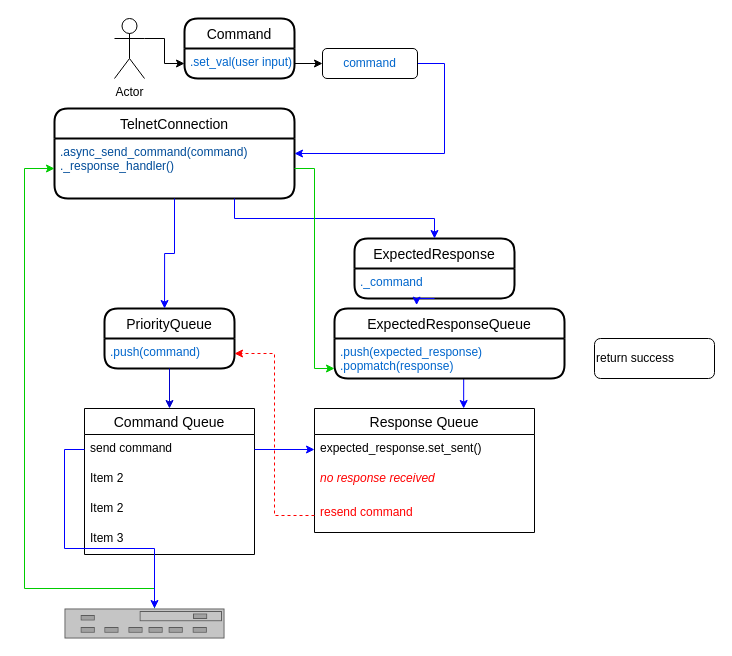
The draw.io diagram Untitled Diagram.drawio in JPHutchins/pyavreceiver, before the edit. Source tidied: cells renumbered, new cells numbered last; positions are measured from the earlier drawing's top-left corner, leaving out a move shared by most shapes. Both pictures are drawn from the tidied source at 100%, with x=0, y=0 at pixel (24, 18).
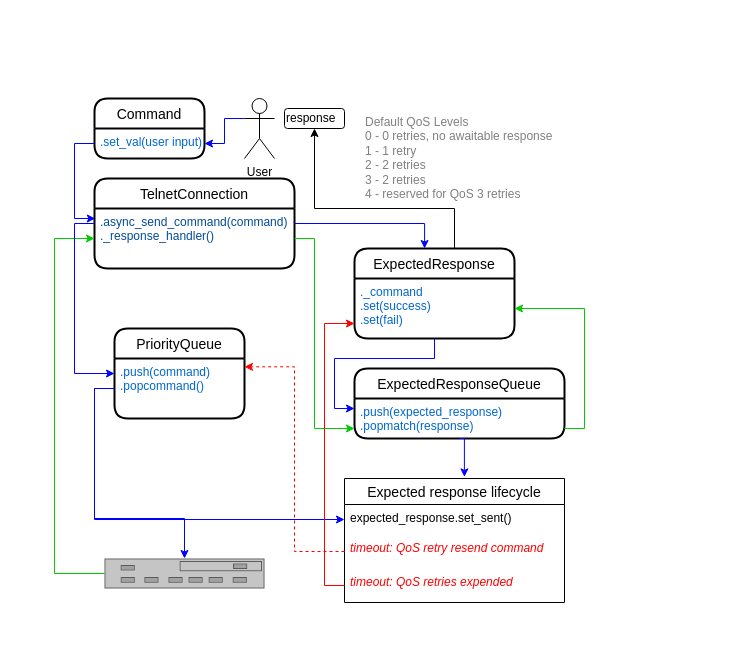
The same page after the edit.

Unchanged cells that the change refers to:
```xml
<mxCell id="5" value=".set_val(user input)" style="align=left;strokeColor=none;fillColor=none;spacingLeft=4;fontSize=12;verticalAlign=top;fontColor=#0066CC;" parent="4" vertex="1">
  <mxGeometry y="30" width="110" height="30" as="geometry" />
</mxCell>
<mxCell id="30" value="expected_response.set_sent()" style="text;strokeColor=none;fillColor=none;spacingLeft=4;spacingRight=4;overflow=hidden;points=[[0,0.5],[1,0.5]];portConstraint=eastwest;fontSize=12;" parent="29" vertex="1">
  <mxGeometry y="26" width="220" height="30" as="geometry" />
</mxCell>
```

Change to the diagram source:
```diff
@@
-    <mxCell id="2" style="edgeStyle=orthogonalEdgeStyle;rounded=0;jettySize=auto;html=1;exitX=1;exitY=0.3333333333333333;exitDx=0;exitDy=0;exitPerimeter=0;" parent="1" edge="1" source="3" target="5">
+    <mxCell id="2" style="edgeStyle=orthogonalEdgeStyle;rounded=0;jettySize=auto;html=1;exitX=0;exitY=0.3333333333333333;exitDx=0;exitDy=0;exitPerimeter=0;entryX=1;entryY=0.5;entryDx=0;entryDy=0;strokeColor=#0000FF;fontColor=#0000FF;" parent="1" edge="1" source="3" target="5">
       <mxGeometry relative="1" as="geometry" />
     </mxCell>
-    <mxCell id="3" value="Actor" style="shape=umlActor;verticalLabelPosition=bottom;verticalAlign=top;html=1;outlineConnect=0;" parent="1" vertex="1">
-      <mxGeometry x="90" width="30" height="60" as="geometry" />
+    <mxCell id="3" value="User" style="shape=umlActor;verticalLabelPosition=bottom;verticalAlign=top;html=1;outlineConnect=0;" parent="1" vertex="1">
+      <mxGeometry x="220" y="80" width="30" height="60" as="geometry" />
     </mxCell>
     <mxCell id="4" value="Command" style="swimlane;horizontal=1;startSize=30;rounded=1;fontSize=14;fontStyle=0;strokeWidth=2;shadow=0;dashed=0;align=center;" parent="1" vertex="1">
-      <mxGeometry x="160" width="110" height="60" as="geometry" />
+      <mxGeometry x="70" y="80" width="110" height="60" as="geometry" />
     </mxCell>
@@
     <mxCell id="6" value="TelnetConnection" style="swimlane;horizontal=1;startSize=30;rounded=1;fontSize=14;fontStyle=0;strokeWidth=2;shadow=0;dashed=0;align=center;" parent="1" vertex="1">
-      <mxGeometry x="30" y="90" width="240" height="90" as="geometry" />
+      <mxGeometry x="70" y="160" width="200" height="90" as="geometry" />
     </mxCell>
     <mxCell id="7" value=".async_send_command(command)&#10;._response_handler()" style="align=left;strokeColor=none;fillColor=none;spacingLeft=4;fontSize=12;verticalAlign=top;fontColor=#004C99;" parent="6" vertex="1">
-      <mxGeometry y="30" width="240" height="60" as="geometry" />
+      <mxGeometry y="30" width="200" height="60" as="geometry" />
     </mxCell>
     <mxCell id="8" value="PriorityQueue" style="swimlane;horizontal=1;startSize=30;rounded=1;fontSize=14;fontStyle=0;strokeWidth=2;shadow=0;dashed=0;align=center;" parent="1" vertex="1">
-      <mxGeometry x="80" y="290" width="130" height="60" as="geometry" />
+      <mxGeometry x="90" y="310" width="130" height="90" as="geometry" />
     </mxCell>
-    <mxCell id="9" value=".push(command)" style="align=left;strokeColor=none;fillColor=none;spacingLeft=4;fontSize=12;verticalAlign=top;fontColor=#0066CC;" parent="8" vertex="1">
-      <mxGeometry y="30" width="130" height="30" as="geometry" />
+    <mxCell id="9" value=".push(command)&#10;.popcommand()" style="align=left;strokeColor=none;fillColor=none;spacingLeft=4;fontSize=12;verticalAlign=top;fontColor=#0066CC;" parent="8" vertex="1">
+      <mxGeometry y="30" width="130" height="60" as="geometry" />
     </mxCell>
-    <mxCell id="10" style="edgeStyle=orthogonalEdgeStyle;rounded=0;jettySize=auto;html=1;entryX=1;entryY=0.25;entryDx=0;entryDy=0;fontColor=#0066CC;strokeColor=#0000FF;" parent="1" edge="1" source="11" target="7">
-      <mxGeometry relative="1" as="geometry">
-        <Array as="points">
-          <mxPoint x="420" y="45" />
-          <mxPoint x="420" y="135" />
-        </Array>
-      </mxGeometry>
-    </mxCell>
-    <mxCell id="11" value="command" style="rounded=1;whiteSpace=wrap;html=1;fontColor=#0066CC;" parent="1" vertex="1">
-      <mxGeometry x="298" y="30" width="95" height="30" as="geometry" />
-    </mxCell>
-    <mxCell id="12" style="edgeStyle=orthogonalEdgeStyle;rounded=0;jettySize=auto;html=1;exitX=1;exitY=0.5;exitDx=0;exitDy=0;entryX=0;entryY=0.5;entryDx=0;entryDy=0;fontColor=#0066CC;" parent="1" edge="1" source="5" target="11">
-      <mxGeometry relative="1" as="geometry" />
-    </mxCell>
-    <mxCell id="13" style="edgeStyle=orthogonalEdgeStyle;rounded=0;jettySize=auto;html=1;exitX=0.5;exitY=1;exitDx=0;exitDy=0;entryX=0.678;entryY=0;entryDx=0;entryDy=0;entryPerimeter=0;fontColor=#0066CC;strokeColor=#0000FF;" parent="1" edge="1" source="14" target="29">
-      <mxGeometry relative="1" as="geometry" />
-    </mxCell>
     <mxCell id="14" value="ExpectedResponseQueue" style="swimlane;horizontal=1;startSize=30;rounded=1;fontSize=14;fontStyle=0;strokeWidth=2;shadow=0;dashed=0;align=center;" parent="1" vertex="1">
-      <mxGeometry x="310" y="290" width="230" height="70" as="geometry" />
+      <mxGeometry x="330" y="350" width="210" height="70" as="geometry" />
     </mxCell>
     <mxCell id="15" value=".push(expected_response)&#10;.popmatch(response)" style="align=left;strokeColor=none;fillColor=none;spacingLeft=4;fontSize=12;verticalAlign=top;fontColor=#0066CC;" parent="14" vertex="1">
-      <mxGeometry y="30" width="230" height="40" as="geometry" />
+      <mxGeometry y="30" width="210" height="40" as="geometry" />
     </mxCell>
+    <mxCell id="39" style="edgeStyle=orthogonalEdgeStyle;rounded=0;jettySize=auto;html=1;exitX=0.75;exitY=0;exitDx=0;exitDy=0;entryX=0.5;entryY=1;entryDx=0;entryDy=0;fontColor=#808080;" parent="1" edge="1" source="16" target="44">
+      <mxGeometry relative="1" as="geometry">
+        <Array as="points">
+          <mxPoint x="430" y="190" />
+          <mxPoint x="290" y="190" />
+        </Array>
+      </mxGeometry>
+    </mxCell>
     <mxCell id="16" value="ExpectedResponse" style="swimlane;horizontal=1;startSize=30;rounded=1;fontSize=14;fontStyle=0;strokeWidth=2;shadow=0;dashed=0;align=center;" parent="1" vertex="1">
-      <mxGeometry x="330" y="220" width="160" height="60" as="geometry" />
+      <mxGeometry x="330" y="230" width="160" height="90" as="geometry" />
     </mxCell>
+    <mxCell id="18" style="edgeStyle=orthogonalEdgeStyle;rounded=0;orthogonalLoop=1;jettySize=auto;html=1;exitX=0.5;exitY=1;exitDx=0;exitDy=0;fontColor=#0066CC;" parent="16" edge="1" source="17" target="17">
+      <mxGeometry relative="1" as="geometry" />
+    </mxCell>
-    <mxCell id="17" value="._command" style="align=left;strokeColor=none;fillColor=none;spacingLeft=4;fontSize=12;verticalAlign=top;fontColor=#0066CC;" parent="16" vertex="1">
-      <mxGeometry y="30" width="160" height="30" as="geometry" />
+    <mxCell id="17" value="._command&#10;.set(success)&#10;.set(fail)" style="align=left;strokeColor=none;fillColor=none;spacingLeft=4;fontSize=12;verticalAlign=top;fontColor=#0066CC;" parent="16" vertex="1">
+      <mxGeometry y="30" width="160" height="60" as="geometry" />
     </mxCell>
-    <mxCell id="18" style="edgeStyle=orthogonalEdgeStyle;rounded=0;orthogonalLoop=1;jettySize=auto;html=1;exitX=0.5;exitY=1;exitDx=0;exitDy=0;fontColor=#0066CC;" parent="16" edge="1" source="17" target="17">
-      <mxGeometry relative="1" as="geometry" />
-    </mxCell>
-    <mxCell id="19" style="edgeStyle=orthogonalEdgeStyle;rounded=0;jettySize=auto;html=1;exitX=0.5;exitY=1;exitDx=0;exitDy=0;entryX=0.462;entryY=0;entryDx=0;entryDy=0;entryPerimeter=0;fontColor=#0066CC;strokeColor=#0000FF;" parent="1" edge="1" source="7" target="8">
-      <mxGeometry relative="1" as="geometry" />
-    </mxCell>
-    <mxCell id="20" style="edgeStyle=orthogonalEdgeStyle;rounded=0;jettySize=auto;html=1;exitX=0.75;exitY=1;exitDx=0;exitDy=0;entryX=0.5;entryY=0;entryDx=0;entryDy=0;fontColor=#0066CC;strokeColor=#0000FF;" parent="1" edge="1" source="7" target="16">
-      <mxGeometry relative="1" as="geometry" />
-    </mxCell>
-    <mxCell id="21" style="edgeStyle=orthogonalEdgeStyle;rounded=0;jettySize=auto;html=1;exitX=0.5;exitY=1;exitDx=0;exitDy=0;entryX=0.357;entryY=-0.048;entryDx=0;entryDy=0;entryPerimeter=0;fontColor=#0066CC;strokeColor=#0000FF;" parent="1" edge="1" source="17" target="14">
-      <mxGeometry relative="1" as="geometry" />
-    </mxCell>
-    <mxCell id="22" style="edgeStyle=orthogonalEdgeStyle;rounded=0;jettySize=auto;html=1;entryX=0;entryY=0.5;entryDx=0;entryDy=0;fontColor=#0066CC;strokeColor=#00CC00;" parent="1" edge="1" source="23" target="7">
+    <mxCell id="22" style="edgeStyle=orthogonalEdgeStyle;rounded=0;jettySize=auto;html=1;entryX=0;entryY=0.5;entryDx=0;entryDy=0;fontColor=#0000FF;strokeColor=#00CC00;" parent="1" edge="1" source="23" target="7">
       <mxGeometry relative="1" as="geometry">
         <Array as="points">
-          <mxPoint x="130" y="570" />
-          <mxPoint y="570" />
-          <mxPoint y="150" />
+          <mxPoint x="30" y="555" />
+          <mxPoint x="30" y="220" />
         </Array>
       </mxGeometry>
     </mxCell>
     <mxCell id="23" style="strokeColor=#666666;html=1;labelPosition=right;align=center;spacingLeft=15;shadow=0;dashed=0;outlineConnect=0;shape=mxgraph.rack.general.switches_2;fontColor=#0066CC;" parent="1" vertex="1">
-      <mxGeometry x="40" y="590" width="160" height="30" as="geometry" />
+      <mxGeometry x="80" y="540" width="160" height="30" as="geometry" />
     </mxCell>
-    <mxCell id="24" value="Command Queue" style="swimlane;fontStyle=0;horizontal=1;startSize=26;align=center;fontSize=14;" parent="1" vertex="1">
-      <mxGeometry x="60" y="390" width="170" height="146" as="geometry" />
-    </mxCell>
-    <mxCell id="25" value="send command" style="text;strokeColor=none;fillColor=none;spacingLeft=4;spacingRight=4;overflow=hidden;points=[[0,0.5],[1,0.5]];portConstraint=eastwest;fontSize=12;" parent="24" vertex="1">
-      <mxGeometry y="26" width="170" height="30" as="geometry" />
-    </mxCell>
-    <mxCell id="26" value="Item 2" style="text;strokeColor=none;fillColor=none;spacingLeft=4;spacingRight=4;overflow=hidden;fontSize=12;" parent="24" vertex="1">
-      <mxGeometry y="56" width="170" height="30" as="geometry" />
-    </mxCell>
-    <mxCell id="27" value="Item 2" style="text;strokeColor=none;fillColor=none;spacingLeft=4;spacingRight=4;overflow=hidden;fontSize=12;" parent="24" vertex="1">
-      <mxGeometry y="86" width="170" height="30" as="geometry" />
-    </mxCell>
-    <mxCell id="28" value="Item 3" style="text;strokeColor=none;fillColor=none;spacingLeft=4;spacingRight=4;overflow=hidden;fontSize=12;" parent="24" vertex="1">
-      <mxGeometry y="116" width="170" height="30" as="geometry" />
-    </mxCell>
-    <mxCell id="29" value="Response Queue" style="swimlane;fontStyle=0;horizontal=1;startSize=26;align=center;fontSize=14;" parent="1" vertex="1">
-      <mxGeometry x="290" y="390" width="220" height="124" as="geometry" />
+    <mxCell id="29" value="Expected response lifecycle" style="swimlane;fontStyle=0;horizontal=1;startSize=26;align=center;fontSize=14;" parent="1" vertex="1">
+      <mxGeometry x="320" y="460" width="220" height="124" as="geometry" />
     </mxCell>
@@
+    <mxCell id="32" value="timeout: QoS retry resend command" style="text;strokeColor=none;fillColor=none;spacingLeft=4;spacingRight=4;overflow=hidden;points=[[0,0.5],[1,0.5]];portConstraint=eastwest;fontSize=12;fontColor=#FF0000;fontStyle=2;" parent="29" vertex="1">
+      <mxGeometry y="56" width="220" height="34" as="geometry" />
+    </mxCell>
-    <mxCell id="31" value="no response received&#10;" style="text;strokeColor=none;fillColor=none;spacingLeft=4;spacingRight=4;overflow=hidden;points=[[0,0.5],[1,0.5]];portConstraint=eastwest;fontSize=12;fontStyle=2;fontColor=#FF0000;" parent="29" vertex="1">
-      <mxGeometry y="56" width="220" height="34" as="geometry" />
+    <mxCell id="31" value="timeout: QoS retries expended" style="text;strokeColor=none;fillColor=none;spacingLeft=4;spacingRight=4;overflow=hidden;points=[[0,0.5],[1,0.5]];portConstraint=eastwest;fontSize=12;fontStyle=2;fontColor=#FF0000;" parent="29" vertex="1">
+      <mxGeometry y="90" width="220" height="34" as="geometry" />
     </mxCell>
-    <mxCell id="32" value="resend command" style="text;strokeColor=none;fillColor=none;spacingLeft=4;spacingRight=4;overflow=hidden;points=[[0,0.5],[1,0.5]];portConstraint=eastwest;fontSize=12;fontColor=#FF0000;" parent="29" vertex="1">
-      <mxGeometry y="90" width="220" height="34" as="geometry" />
-    </mxCell>
-    <mxCell id="33" style="edgeStyle=orthogonalEdgeStyle;rounded=0;jettySize=auto;html=1;exitX=0.5;exitY=1;exitDx=0;exitDy=0;fontColor=#0066CC;strokeColor=#0000CC;" parent="1" edge="1" source="9" target="24">
-      <mxGeometry relative="1" as="geometry" />
-    </mxCell>
-    <mxCell id="34" style="edgeStyle=orthogonalEdgeStyle;rounded=0;jettySize=auto;html=1;exitX=1;exitY=0.5;exitDx=0;exitDy=0;entryX=0;entryY=0.5;entryDx=0;entryDy=0;fontColor=#0066CC;strokeColor=#0000FF;" parent="1" edge="1" source="25" target="30">
-      <mxGeometry relative="1" as="geometry" />
-    </mxCell>
+    <mxCell id="37" style="edgeStyle=orthogonalEdgeStyle;rounded=0;jettySize=auto;html=1;exitX=1;exitY=0.5;exitDx=0;exitDy=0;entryX=0;entryY=0.75;entryDx=0;entryDy=0;fontColor=#004C99;strokeColor=#00CC00;" parent="1" edge="1" source="7" target="15">
+      <mxGeometry relative="1" as="geometry">
+        <Array as="points">
+          <mxPoint x="290" y="220" />
+          <mxPoint x="290" y="410" />
+        </Array>
+      </mxGeometry>
+    </mxCell>
+    <mxCell id="40" style="edgeStyle=orthogonalEdgeStyle;rounded=0;jettySize=auto;html=1;exitX=0;exitY=0.25;exitDx=0;exitDy=0;entryX=0;entryY=0.25;entryDx=0;entryDy=0;fontColor=#0000FF;strokeColor=#0000FF;" parent="1" edge="1" source="7" target="9">
+      <mxGeometry relative="1" as="geometry" />
+    </mxCell>
+    <mxCell id="41" style="edgeStyle=orthogonalEdgeStyle;rounded=0;jettySize=auto;html=1;exitX=0;exitY=0.5;exitDx=0;exitDy=0;strokeColor=#0000FF;fontColor=#0000FF;entryX=0;entryY=0.5;entryDx=0;entryDy=0;" parent="1" edge="1" source="9" target="30">
+      <mxGeometry relative="1" as="geometry" />
+    </mxCell>
+    <mxCell id="20" style="edgeStyle=orthogonalEdgeStyle;rounded=0;jettySize=auto;html=1;exitX=1;exitY=0.25;exitDx=0;exitDy=0;entryX=0.438;entryY=0;entryDx=0;entryDy=0;entryPerimeter=0;strokeColor=#0000FF;fontColor=#0000FF;" parent="1" edge="1" source="7" target="16">
+      <mxGeometry relative="1" as="geometry" />
+    </mxCell>
+    <mxCell id="42" style="edgeStyle=orthogonalEdgeStyle;rounded=0;jettySize=auto;html=1;exitX=0;exitY=0.5;exitDx=0;exitDy=0;entryX=0;entryY=0.75;entryDx=0;entryDy=0;fontColor=#0000FF;strokeColor=#FF0000;" parent="1" edge="1" source="31" target="17">
+      <mxGeometry relative="1" as="geometry">
+        <Array as="points">
+          <mxPoint x="300" y="567" />
+          <mxPoint x="300" y="305" />
+        </Array>
+      </mxGeometry>
+    </mxCell>
+    <mxCell id="43" style="edgeStyle=orthogonalEdgeStyle;rounded=0;jettySize=auto;html=1;exitX=0;exitY=0.5;exitDx=0;exitDy=0;entryX=0.004;entryY=0.167;entryDx=0;entryDy=0;entryPerimeter=0;strokeColor=#0000FF;fontColor=#0000FF;" parent="1" edge="1" source="5" target="7">
+      <mxGeometry relative="1" as="geometry" />
+    </mxCell>
+    <mxCell id="44" value="&lt;font color=&quot;#000000&quot;&gt;response&lt;/font&gt;" style="rounded=1;whiteSpace=wrap;html=1;fontColor=#0000FF;align=left;" parent="1" vertex="1">
+      <mxGeometry x="260" y="90" width="60" height="20" as="geometry" />
+    </mxCell>
+    <mxCell id="45" style="edgeStyle=orthogonalEdgeStyle;rounded=0;jettySize=auto;html=1;exitX=0;exitY=0.5;exitDx=0;exitDy=0;strokeColor=#0000FF;fontColor=#0000FF;" parent="1" edge="1" source="9" target="23">
+      <mxGeometry relative="1" as="geometry">
+        <Array as="points">
+          <mxPoint x="70" y="370" />
+          <mxPoint x="70" y="500" />
+          <mxPoint x="160" y="500" />
+        </Array>
+      </mxGeometry>
+    </mxCell>
+    <mxCell id="46" style="edgeStyle=orthogonalEdgeStyle;rounded=0;jettySize=auto;html=1;exitX=0.5;exitY=1;exitDx=0;exitDy=0;entryX=0.545;entryY=-0.013;entryDx=0;entryDy=0;entryPerimeter=0;fontColor=#0000FF;strokeColor=#0000FF;" parent="1" edge="1" source="15" target="29">
+      <mxGeometry relative="1" as="geometry" />
+    </mxCell>
-    <mxCell id="35" style="edgeStyle=orthogonalEdgeStyle;rounded=0;jettySize=auto;html=1;exitX=0;exitY=0.5;exitDx=0;exitDy=0;entryX=1;entryY=0.5;entryDx=0;entryDy=0;fontColor=#0066CC;dashed=1;strokeColor=#FF0000;" parent="1" edge="1" source="32" target="9">
+    <mxCell id="35" style="edgeStyle=orthogonalEdgeStyle;rounded=0;jettySize=auto;html=1;entryX=1;entryY=0.139;entryDx=0;entryDy=0;entryPerimeter=0;fontColor=#808080;strokeColor=#FF0000;dashed=1;" parent="1" edge="1" source="32" target="9">
       <mxGeometry relative="1" as="geometry" />
     </mxCell>
-    <mxCell id="36" style="edgeStyle=orthogonalEdgeStyle;rounded=0;jettySize=auto;html=1;exitX=0;exitY=0.5;exitDx=0;exitDy=0;fontColor=#0066CC;strokeColor=#0000FF;" parent="1" edge="1" source="25" target="23">
-      <mxGeometry relative="1" as="geometry">
-        <Array as="points">
-          <mxPoint x="40" y="431" />
-          <mxPoint x="40" y="530" />
-          <mxPoint x="130" y="530" />
-        </Array>
-      </mxGeometry>
-    </mxCell>
-    <mxCell id="37" style="edgeStyle=orthogonalEdgeStyle;rounded=0;jettySize=auto;html=1;exitX=1;exitY=0.5;exitDx=0;exitDy=0;entryX=0;entryY=0.75;entryDx=0;entryDy=0;fontColor=#004C99;strokeColor=#00CC00;" parent="1" edge="1" source="7" target="15">
-      <mxGeometry relative="1" as="geometry" />
-    </mxCell>
-    <mxCell id="38" value="&lt;font color=&quot;#000000&quot;&gt;return success&lt;/font&gt;" style="rounded=1;whiteSpace=wrap;html=1;fontColor=#FF0000;align=left;" parent="1" vertex="1">
-      <mxGeometry x="570" y="320" width="120" height="40" as="geometry" />
-    </mxCell>
+    <mxCell id="47" style="edgeStyle=orthogonalEdgeStyle;rounded=0;jettySize=auto;html=1;exitX=1;exitY=0.75;exitDx=0;exitDy=0;entryX=1;entryY=0.5;entryDx=0;entryDy=0;fontColor=#808080;strokeColor=#00CC00;" parent="1" edge="1" source="15" target="17">
+      <mxGeometry relative="1" as="geometry" />
+    </mxCell>
+    <mxCell id="48" style="edgeStyle=orthogonalEdgeStyle;rounded=0;jettySize=auto;html=1;exitX=0.5;exitY=1;exitDx=0;exitDy=0;entryX=0;entryY=0.25;entryDx=0;entryDy=0;strokeColor=#0000FF;fontColor=#808080;" parent="1" edge="1" source="17" target="15">
+      <mxGeometry relative="1" as="geometry">
+        <Array as="points">
+          <mxPoint x="410" y="340" />
+          <mxPoint x="310" y="340" />
+          <mxPoint x="310" y="390" />
+        </Array>
+      </mxGeometry>
+    </mxCell>
+    <mxCell id="49" value="Default QoS Levels&lt;br&gt;0 - 0 retries, no awaitable response&lt;br&gt;1 - 1 retry&lt;br&gt;2 - 2 retries&lt;br&gt;3 - 2 retries&lt;br&gt;4 - reserved for QoS 3 retries" style="text;html=1;strokeColor=none;fillColor=none;align=left;verticalAlign=top;whiteSpace=wrap;rounded=0;fontColor=#808080;" parent="1" vertex="1">
+      <mxGeometry x="339" y="90" width="230" height="120" as="geometry" />
+    </mxCell>
```
